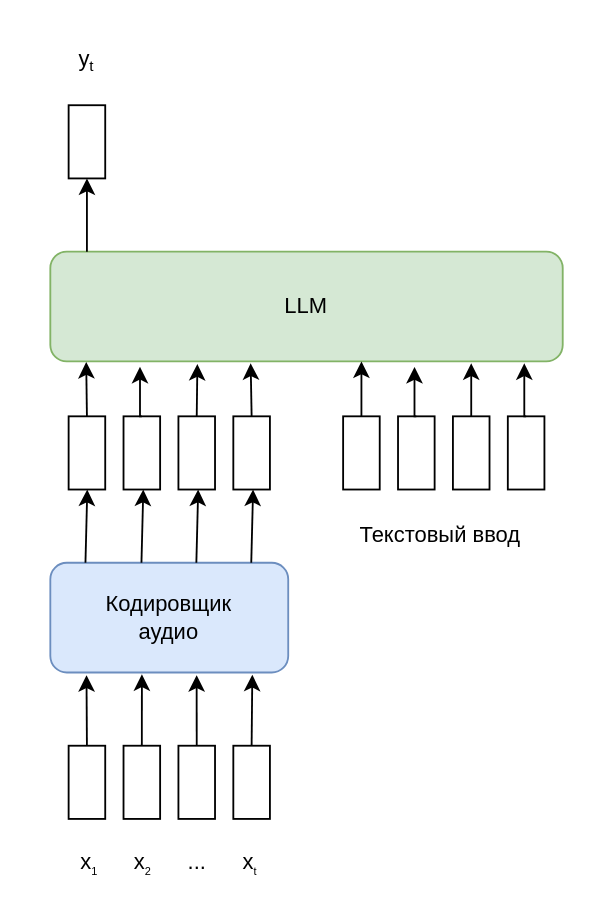
The draw.io diagram images/drawio/MLM.drawio in Tomas542/Thesis, before the edit. Source tidied: cells renumbered, new cells numbered last; positions are measured from the earlier drawing's top-left corner, leaving out a move shared by most shapes. Both pictures are drawn from the tidied source at 183%, with x=0, y=0 at pixel (31, 31).
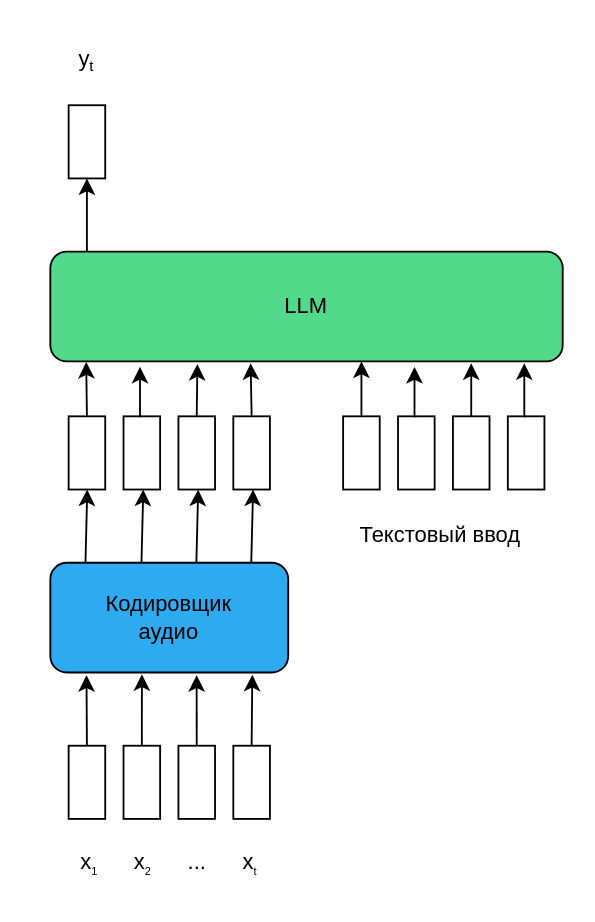
Above is the later version.

The change refers to these unchanged cells:
```xml
<mxCell id="25" style="rounded=0;whiteSpace=wrap;html=1;" parent="1" vertex="1">
  <mxGeometry x="170" y="210" width="20" height="40" as="geometry" />
</mxCell>
<mxCell id="26" style="rounded=0;whiteSpace=wrap;html=1;" parent="1" vertex="1">
  <mxGeometry x="200" y="210" width="20" height="40" as="geometry" />
</mxCell>
<mxCell id="27" style="rounded=0;whiteSpace=wrap;html=1;" parent="1" vertex="1">
  <mxGeometry x="230" y="210" width="20" height="40" as="geometry" />
</mxCell>
<mxCell id="28" style="rounded=0;whiteSpace=wrap;html=1;" parent="1" vertex="1">
  <mxGeometry x="260" y="210" width="20" height="40" as="geometry" />
</mxCell>
<mxCell id="34" style="rounded=0;whiteSpace=wrap;html=1;" parent="1" vertex="1">
  <mxGeometry x="20" y="40" width="20" height="40" as="geometry" />
</mxCell>
```

What changed in the source:
```diff
@@
-    <mxCell id="6" value="Кодировщик&lt;div&gt;аудио&lt;/div&gt;" style="rounded=1;whiteSpace=wrap;html=1;fillColor=#dae8fc;strokeColor=#6c8ebf;" parent="1" vertex="1">
+    <mxCell id="6" value="Кодировщик&lt;div&gt;аудио&lt;/div&gt;" style="rounded=1;whiteSpace=wrap;html=1;fillColor=#2DAAF0;strokeColor=#000000;" parent="1" vertex="1">
       <mxGeometry x="10" y="290" width="130" height="60" as="geometry" />
     </mxCell>
@@
-    <mxCell id="16" style="endArrow=classic;html=1;rounded=0;entryX=0.5;entryY=1;entryDx=0;entryDy=0;exitX=0.149;exitY=0;exitDx=0;exitDy=0;exitPerimeter=0;" parent="1" edge="1">
-      <mxGeometry relative="1" as="geometry">
-        <mxPoint x="29.2" y="290" as="sourcePoint" />
-        <mxPoint x="30.2" y="250" as="targetPoint" />
-      </mxGeometry>
-    </mxCell>
-    <mxCell id="17" style="endArrow=classic;html=1;rounded=0;entryX=0.5;entryY=1;entryDx=0;entryDy=0;exitX=0.149;exitY=0;exitDx=0;exitDy=0;exitPerimeter=0;" parent="1" edge="1">
-      <mxGeometry relative="1" as="geometry">
-        <mxPoint x="59.8" y="290" as="sourcePoint" />
-        <mxPoint x="60.8" y="250" as="targetPoint" />
-      </mxGeometry>
-    </mxCell>
-    <mxCell id="18" style="endArrow=classic;html=1;rounded=0;entryX=0.5;entryY=1;entryDx=0;entryDy=0;exitX=0.149;exitY=0;exitDx=0;exitDy=0;exitPerimeter=0;" parent="1" edge="1">
-      <mxGeometry relative="1" as="geometry">
-        <mxPoint x="89.8" y="290" as="sourcePoint" />
-        <mxPoint x="90.8" y="250" as="targetPoint" />
-      </mxGeometry>
-    </mxCell>
-    <mxCell id="19" style="endArrow=classic;html=1;rounded=0;entryX=0.5;entryY=1;entryDx=0;entryDy=0;exitX=0.149;exitY=0;exitDx=0;exitDy=0;exitPerimeter=0;" parent="1" edge="1">
-      <mxGeometry relative="1" as="geometry">
-        <mxPoint x="119.8" y="290" as="sourcePoint" />
-        <mxPoint x="120.8" y="250" as="targetPoint" />
-      </mxGeometry>
-    </mxCell>
+    <mxCell id="37" style="endArrow=classic;html=1;rounded=0;entryX=0.5;entryY=1;entryDx=0;entryDy=0;exitX=0.149;exitY=0;exitDx=0;exitDy=0;exitPerimeter=0;" parent="1" edge="1">
+      <mxGeometry relative="1" as="geometry">
+        <mxPoint x="29.2" y="290" as="sourcePoint" />
+        <mxPoint x="30.2" y="250" as="targetPoint" />
+      </mxGeometry>
+    </mxCell>
+    <mxCell id="38" style="endArrow=classic;html=1;rounded=0;entryX=0.5;entryY=1;entryDx=0;entryDy=0;exitX=0.149;exitY=0;exitDx=0;exitDy=0;exitPerimeter=0;" parent="1" edge="1">
+      <mxGeometry relative="1" as="geometry">
+        <mxPoint x="59.8" y="290" as="sourcePoint" />
+        <mxPoint x="60.8" y="250" as="targetPoint" />
+      </mxGeometry>
+    </mxCell>
+    <mxCell id="39" style="endArrow=classic;html=1;rounded=0;entryX=0.5;entryY=1;entryDx=0;entryDy=0;exitX=0.149;exitY=0;exitDx=0;exitDy=0;exitPerimeter=0;" parent="1" edge="1">
+      <mxGeometry relative="1" as="geometry">
+        <mxPoint x="89.8" y="290" as="sourcePoint" />
+        <mxPoint x="90.8" y="250" as="targetPoint" />
+      </mxGeometry>
+    </mxCell>
+    <mxCell id="40" style="endArrow=classic;html=1;rounded=0;entryX=0.5;entryY=1;entryDx=0;entryDy=0;exitX=0.149;exitY=0;exitDx=0;exitDy=0;exitPerimeter=0;" parent="1" edge="1">
+      <mxGeometry relative="1" as="geometry">
+        <mxPoint x="119.8" y="290" as="sourcePoint" />
+        <mxPoint x="120.8" y="250" as="targetPoint" />
+      </mxGeometry>
+    </mxCell>
-    <mxCell id="20" value="LLM" style="rounded=1;whiteSpace=wrap;html=1;fillColor=#d5e8d4;strokeColor=#82b366;" parent="1" vertex="1">
+    <mxCell id="20" value="LLM" style="rounded=1;whiteSpace=wrap;html=1;fillColor=#53D98A;strokeColor=#000000;" parent="1" vertex="1">
       <mxGeometry x="10" y="120" width="280" height="60" as="geometry" />
     </mxCell>
@@
-    <mxCell id="29" style="edgeStyle=orthogonalEdgeStyle;rounded=0;jettySize=auto;html=1;exitX=0.5;exitY=0;exitDx=0;exitDy=0;entryX=0.07;entryY=1.005;entryDx=0;entryDy=0;entryPerimeter=0;" parent="1" edge="1" source="25">
-      <mxGeometry relative="1" as="geometry">
-        <mxPoint x="180" y="180" as="targetPoint" />
-      </mxGeometry>
-    </mxCell>
-    <mxCell id="30" style="edgeStyle=orthogonalEdgeStyle;rounded=0;jettySize=auto;html=1;exitX=0.5;exitY=0;exitDx=0;exitDy=0;entryX=0.287;entryY=1.024;entryDx=0;entryDy=0;entryPerimeter=0;" parent="1" edge="1" source="27">
-      <mxGeometry relative="1" as="geometry">
-        <mxPoint x="240" y="181" as="targetPoint" />
-      </mxGeometry>
-    </mxCell>
-    <mxCell id="31" style="edgeStyle=orthogonalEdgeStyle;rounded=0;jettySize=auto;html=1;exitX=0.5;exitY=0;exitDx=0;exitDy=0;entryX=0.391;entryY=1.017;entryDx=0;entryDy=0;entryPerimeter=0;" parent="1" edge="1" source="28">
-      <mxGeometry relative="1" as="geometry">
-        <mxPoint x="269" y="181" as="targetPoint" />
-      </mxGeometry>
-    </mxCell>
-    <mxCell id="32" style="edgeStyle=orthogonalEdgeStyle;rounded=0;jettySize=auto;html=1;exitX=0.5;exitY=0;exitDx=0;exitDy=0;entryX=0.175;entryY=1.049;entryDx=0;entryDy=0;entryPerimeter=0;" parent="1" edge="1" source="26">
-      <mxGeometry relative="1" as="geometry">
-        <mxPoint x="209" y="183" as="targetPoint" />
-      </mxGeometry>
-    </mxCell>
+    <mxCell id="41" style="edgeStyle=orthogonalEdgeStyle;rounded=0;jettySize=auto;html=1;exitX=0.5;exitY=0;exitDx=0;exitDy=0;entryX=0.07;entryY=1.005;entryDx=0;entryDy=0;entryPerimeter=0;" parent="1" edge="1" source="25">
+      <mxGeometry relative="1" as="geometry">
+        <mxPoint x="180" y="180" as="targetPoint" />
+      </mxGeometry>
+    </mxCell>
+    <mxCell id="42" style="edgeStyle=orthogonalEdgeStyle;rounded=0;jettySize=auto;html=1;exitX=0.5;exitY=0;exitDx=0;exitDy=0;entryX=0.287;entryY=1.024;entryDx=0;entryDy=0;entryPerimeter=0;" parent="1" edge="1" source="27">
+      <mxGeometry relative="1" as="geometry">
+        <mxPoint x="240" y="181" as="targetPoint" />
+      </mxGeometry>
+    </mxCell>
+    <mxCell id="43" style="edgeStyle=orthogonalEdgeStyle;rounded=0;jettySize=auto;html=1;exitX=0.5;exitY=0;exitDx=0;exitDy=0;entryX=0.391;entryY=1.017;entryDx=0;entryDy=0;entryPerimeter=0;" parent="1" edge="1" source="28">
+      <mxGeometry relative="1" as="geometry">
+        <mxPoint x="269" y="181" as="targetPoint" />
+      </mxGeometry>
+    </mxCell>
+    <mxCell id="44" style="edgeStyle=orthogonalEdgeStyle;rounded=0;jettySize=auto;html=1;exitX=0.5;exitY=0;exitDx=0;exitDy=0;entryX=0.175;entryY=1.049;entryDx=0;entryDy=0;entryPerimeter=0;" parent="1" edge="1" source="26">
+      <mxGeometry relative="1" as="geometry">
+        <mxPoint x="209" y="183" as="targetPoint" />
+      </mxGeometry>
+    </mxCell>
@@
-    <mxCell id="35" style="endArrow=classic;html=1;rounded=0;entryX=0.5;entryY=1;entryDx=0;entryDy=0;" parent="1" edge="1" target="34">
-      <mxGeometry relative="1" as="geometry">
-        <mxPoint x="30" y="120" as="sourcePoint" />
-      </mxGeometry>
-    </mxCell>
+    <mxCell id="45" style="endArrow=classic;html=1;rounded=0;entryX=0.5;entryY=1;entryDx=0;entryDy=0;" parent="1" edge="1" target="34">
+      <mxGeometry relative="1" as="geometry">
+        <mxPoint x="30" y="120" as="sourcePoint" />
+      </mxGeometry>
+    </mxCell>
```
